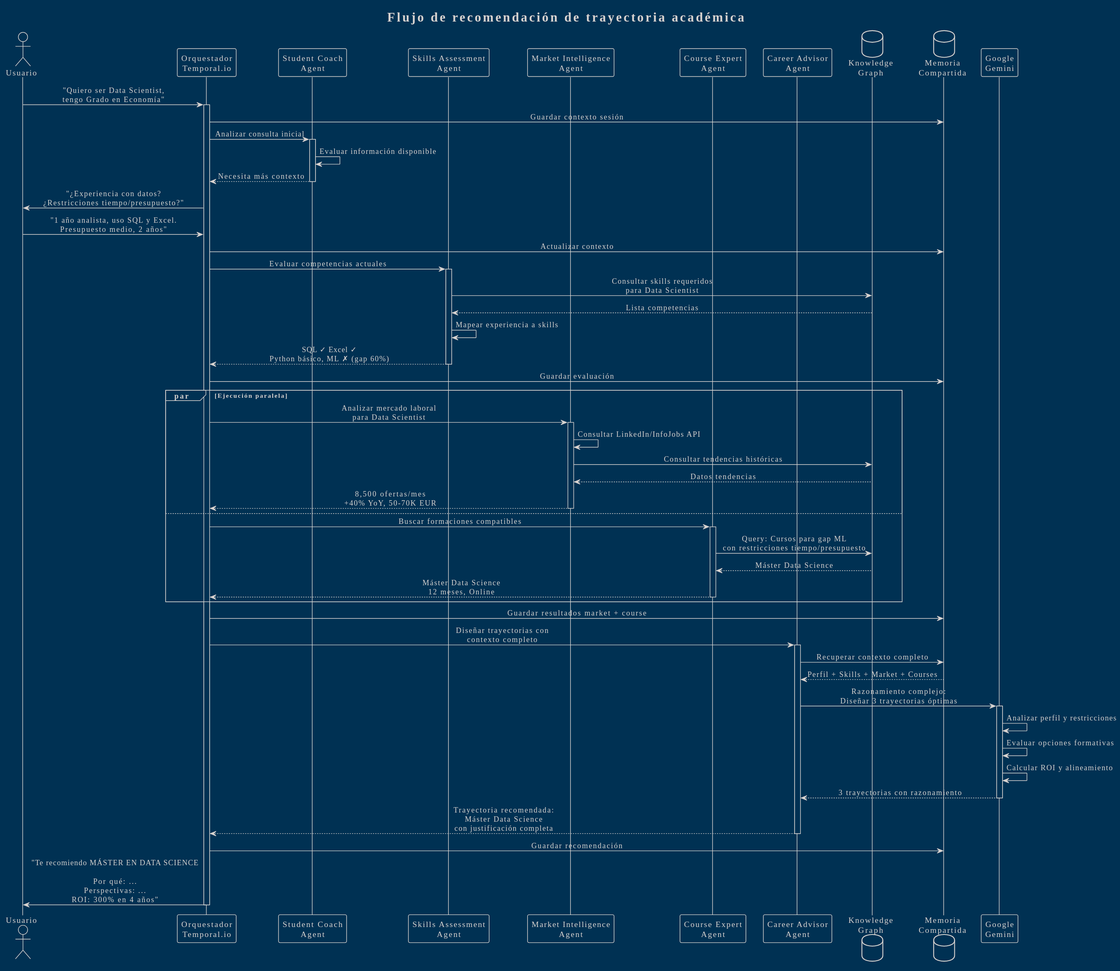
jatarifa/univ-europea-offer keeps this PlantUML diagram as sequence-diagram.svg. Above is the earlier version.
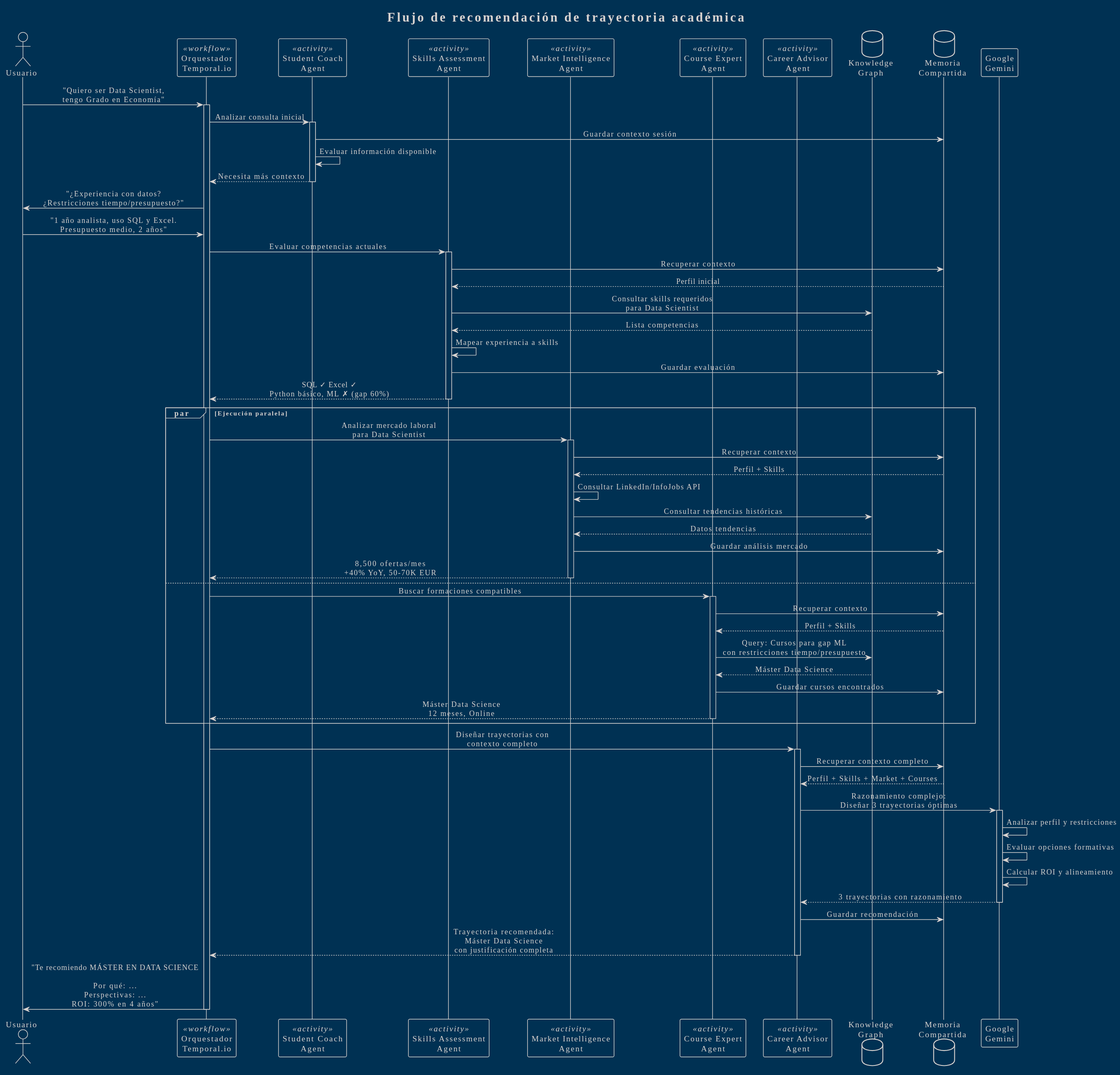
The same file after the commit.

Commit message:
Refactor code structure for improved readability and maintainability

Diff of the diagram source:
```diff
@@ -4,12 +4,12 @@
 skinparam sequenceMessageAlign center
 
 actor Usuario as user
-participant "Orquestador\nTemporal.io" as orchestrator
-participant "Student Coach\nAgent" as coach
-participant "Skills Assessment\nAgent" as skills
-participant "Market Intelligence\nAgent" as market
-participant "Course Expert\nAgent" as course
-participant "Career Advisor\nAgent" as advisor
+participant "Orquestador\nTemporal.io" as orchestrator <<workflow>>
+participant "Student Coach\nAgent" as coach <<activity>>
+participant "Skills Assessment\nAgent" as skills <<activity>>
+participant "Market Intelligence\nAgent" as market <<activity>>
+participant "Course Expert\nAgent" as course <<activity>>
+participant "Career Advisor\nAgent" as advisor <<activity>>
 database "Knowledge\nGraph" as kg
 database "Memoria\nCompartida" as memory
 participant "Google\nGemini" as gemini
@@ -19,9 +19,9 @@
 user -> orchestrator: "Quiero ser Data Scientist,\ntengo Grado en Economía"
 activate orchestrator
 
-orchestrator -> memory: Guardar contexto sesión
 orchestrator -> coach: Analizar consulta inicial
 activate coach
+coach -> memory: Guardar contexto sesión
 coach -> coach: Evaluar información disponible
 coach --> orchestrator: Necesita más contexto
 deactivate coach
@@ -29,36 +29,39 @@
 orchestrator -> user: "¿Experiencia con datos?\n¿Restricciones tiempo/presupuesto?"
 user -> orchestrator: "1 año analista, uso SQL y Excel.\nPresupuesto medio, 2 años"
 
-orchestrator -> memory: Actualizar contexto
-
 orchestrator -> skills: Evaluar competencias actuales
 activate skills
+skills -> memory: Recuperar contexto
+memory --> skills: Perfil inicial
 skills -> kg: Consultar skills requeridos\npara Data Scientist
 kg --> skills: Lista competencias
 skills -> skills: Mapear experiencia a skills
+skills -> memory: Guardar evaluación
 skills --> orchestrator: SQL ✓ Excel ✓\nPython básico, ML ✗ (gap 60%)
 deactivate skills
-
-orchestrator -> memory: Guardar evaluación
 
 par Ejecución paralela
     orchestrator -> market: Analizar mercado laboral\npara Data Scientist
     activate market
+    market -> memory: Recuperar contexto
+    memory --> market: Perfil + Skills
     market -> market: Consultar LinkedIn/InfoJobs API
     market -> kg: Consultar tendencias históricas
     kg --> market: Datos tendencias
+    market -> memory: Guardar análisis mercado
     market --> orchestrator: 8,500 ofertas/mes\n+40% YoY, 50-70K EUR
     deactivate market
 else
     orchestrator -> course: Buscar formaciones compatibles
     activate course
+    course -> memory: Recuperar contexto
+    memory --> course: Perfil + Skills
     course -> kg: Query: Cursos para gap ML\ncon restricciones tiempo/presupuesto
     kg --> course: Máster Data Science
+    course -> memory: Guardar cursos encontrados
     course --> orchestrator: Máster Data Science\n12 meses, Online
     deactivate course
 end
-
-orchestrator -> memory: Guardar resultados market + course
 
 orchestrator -> advisor: Diseñar trayectorias con\ncontexto completo
 activate advisor
@@ -71,10 +74,9 @@
 gemini -> gemini: Calcular ROI y alineamiento
 gemini --> advisor: 3 trayectorias con razonamiento
 deactivate gemini
+advisor -> memory: Guardar recomendación
 advisor --> orchestrator: Trayectoria recomendada:\nMáster Data Science\ncon justificación completa
 deactivate advisor
-
-orchestrator -> memory: Guardar recomendación
 orchestrator -> user: "Te recomiendo MÁSTER EN DATA SCIENCE\n\nPor qué: ...\nPerspectivas: ...\nROI: 300% en 4 años"
 deactivate orchestrator
 @enduml
```
